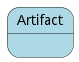
Before: docs/edgemere/aml/ds/pm/models/artifact/statenet.png, a diagram exported from PlantUML (madajaju/edgemere).
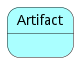
Above is the later version.

The edit, as a diff of the source:
```diff
@@ -2,7 +2,7 @@
 
 
 
-state Artifact #lightblue {
+state Artifact #aaffff {
 
 
 
```
